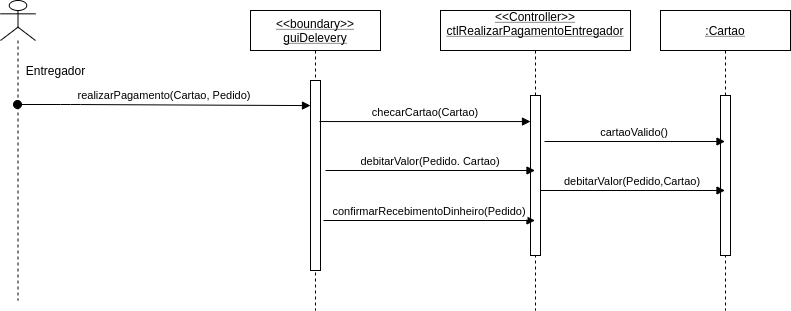
Before: RealizarPagamentoEntregaor.png, a diagram exported from draw.io (vibasampaio/CamaviDelivery). Source tidied: cells renumbered, new cells last; positions are measured from the earlier drawing's top-left corner, leaving out a move shared by most shapes. Its diagram source:
```xml
<mxGraphModel>
  <root>
    <mxCell id="0" />
    <mxCell id="1" parent="0" />
    <mxCell id="2" value="&lt;&lt;boundary&gt;&gt;&#10;guiDelevery" style="shape=umlLifeline;perimeter=lifelinePerimeter;rounded=0;shadow=0;strokeWidth=1;labelBackgroundColor=#ffffff;fontStyle=4;" parent="1" vertex="1">
      <mxGeometry x="250" y="10" width="130" height="300" as="geometry" />
    </mxCell>
    <mxCell id="3" style="points=[];perimeter=orthogonalPerimeter;rounded=0;shadow=0;strokeWidth=1;" parent="2" vertex="1">
      <mxGeometry x="60" y="70" width="10" height="190" as="geometry" />
    </mxCell>
    <mxCell id="4" value="&lt;&lt;Controller&gt;&gt;&#10;ctlRealizarPagamentoEntregador&#10;" style="shape=umlLifeline;perimeter=lifelinePerimeter;rounded=0;shadow=0;strokeWidth=1;fontStyle=4;" parent="1" vertex="1">
      <mxGeometry x="440" y="10" width="190" height="300" as="geometry" />
    </mxCell>
    <mxCell id="5" style="points=[];perimeter=orthogonalPerimeter;rounded=0;shadow=0;strokeWidth=1;" parent="4" vertex="1">
      <mxGeometry x="90" y="85" width="10" height="160" as="geometry" />
    </mxCell>
    <mxCell id="6" value="checarCartao(Cartao)" style="verticalAlign=bottom;endArrow=block;shadow=0;strokeWidth=1;exitX=0.9;exitY=0.216;exitDx=0;exitDy=0;exitPerimeter=0;" parent="1" edge="1" source="3" target="5">
      <mxGeometry relative="1" as="geometry" />
    </mxCell>
    <mxCell id="7" style="shape=umlLifeline;participant=umlActor;perimeter=lifelinePerimeter;whiteSpace=wrap;html=1;verticalAlign=top;spacingTop=36;" parent="1" vertex="1">
      <mxGeometry width="35" height="300" as="geometry" />
    </mxCell>
    <mxCell id="8" value="realizarPagamento(Cartao, Pedido)" style="verticalAlign=bottom;startArrow=oval;endArrow=block;startSize=8;shadow=0;strokeWidth=1;entryX=0;entryY=0.132;entryDx=0;entryDy=0;entryPerimeter=0;" parent="1" edge="1" target="3">
      <mxGeometry relative="1" as="geometry">
        <mxPoint x="17" y="104" as="sourcePoint" />
        <Array as="points">
          <mxPoint x="70" y="104" />
        </Array>
      </mxGeometry>
    </mxCell>
    <mxCell id="9" value="Entregador" style="text;html=1;align=center;verticalAlign=middle;" parent="1" vertex="1">
      <mxGeometry x="20" y="60" width="70" height="20" as="geometry" />
    </mxCell>
    <mxCell id="10" value="debitarValor(Pedido. Cartao)" style="verticalAlign=bottom;endArrow=block;shadow=0;strokeWidth=1;exitX=0.9;exitY=0.216;exitDx=0;exitDy=0;exitPerimeter=0;" parent="1" edge="1" target="4">
      <mxGeometry relative="1" as="geometry">
        <mxPoint x="325" y="170" as="sourcePoint" />
      </mxGeometry>
    </mxCell>
    <mxCell id="11" value=":Cartao" style="shape=umlLifeline;perimeter=lifelinePerimeter;rounded=0;shadow=0;strokeWidth=1;fontStyle=4;" parent="1" vertex="1">
      <mxGeometry x="660" y="10" width="130" height="300" as="geometry" />
    </mxCell>
    <mxCell id="12" style="perimeter=orthogonalPerimeter;rounded=0;shadow=0;strokeWidth=1;" parent="11" vertex="1">
      <mxGeometry x="60" y="85" width="10" height="160" as="geometry" />
    </mxCell>
    <mxCell id="13" value="cartaoValido()" style="verticalAlign=bottom;endArrow=block;shadow=0;strokeWidth=1;" parent="1" edge="1" target="11">
      <mxGeometry relative="1" as="geometry">
        <mxPoint x="544" y="141" as="sourcePoint" />
      </mxGeometry>
    </mxCell>
    <mxCell id="14" value="debitarValor(Pedido,Cartao)" style="verticalAlign=bottom;endArrow=block;shadow=0;strokeWidth=1;" parent="1" edge="1" target="11">
      <mxGeometry relative="1" as="geometry">
        <mxPoint x="540" y="190" as="sourcePoint" />
      </mxGeometry>
    </mxCell>
    <mxCell id="15" value="confirmarRecebimentoDinheiro(Pedido)" style="verticalAlign=bottom;endArrow=block;shadow=0;strokeWidth=1;exitX=0.9;exitY=0.216;exitDx=0;exitDy=0;exitPerimeter=0;" parent="1" edge="1" target="4">
      <mxGeometry relative="1" as="geometry">
        <mxPoint x="323" y="220" as="sourcePoint" />
      </mxGeometry>
    </mxCell>
  </root>
</mxGraphModel>
```
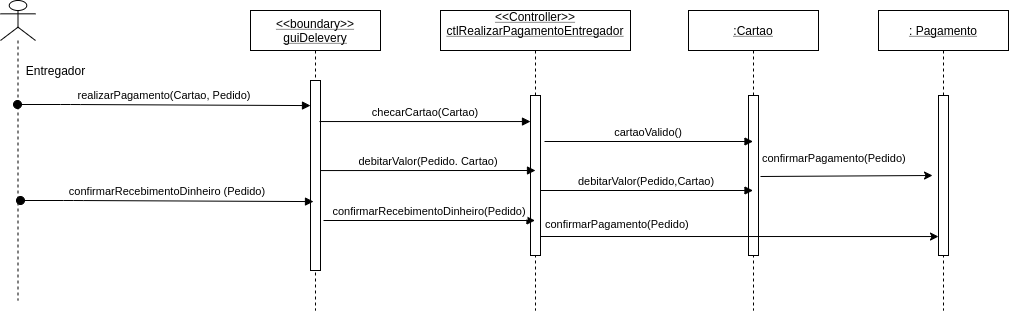
Above is the later version.

Change to the diagram source:
```diff
@@ -31,13 +31,13 @@
     <mxCell id="9" value="Entregador" style="text;html=1;align=center;verticalAlign=middle;" parent="1" vertex="1">
       <mxGeometry x="20" y="60" width="70" height="20" as="geometry" />
     </mxCell>
-    <mxCell id="10" value="debitarValor(Pedido. Cartao)" style="verticalAlign=bottom;endArrow=block;shadow=0;strokeWidth=1;exitX=0.9;exitY=0.216;exitDx=0;exitDy=0;exitPerimeter=0;" parent="1" edge="1" target="4">
+    <mxCell id="10" value="debitarValor(Pedido. Cartao)" style="verticalAlign=bottom;endArrow=block;shadow=0;strokeWidth=1;exitX=1;exitY=0.474;exitDx=0;exitDy=0;exitPerimeter=0;" parent="1" edge="1" source="3">
       <mxGeometry relative="1" as="geometry">
-        <mxPoint x="325" y="170" as="sourcePoint" />
+        <mxPoint x="535" y="170" as="targetPoint" />
       </mxGeometry>
     </mxCell>
     <mxCell id="11" value=":Cartao" style="shape=umlLifeline;perimeter=lifelinePerimeter;rounded=0;shadow=0;strokeWidth=1;fontStyle=4;" parent="1" vertex="1">
-      <mxGeometry x="660" y="10" width="130" height="300" as="geometry" />
+      <mxGeometry x="688" y="10" width="130" height="300" as="geometry" />
     </mxCell>
     <mxCell id="12" style="perimeter=orthogonalPerimeter;rounded=0;shadow=0;strokeWidth=1;" parent="11" vertex="1">
       <mxGeometry x="60" y="85" width="10" height="160" as="geometry" />
@@ -57,5 +57,37 @@
         <mxPoint x="323" y="220" as="sourcePoint" />
       </mxGeometry>
     </mxCell>
+    <mxCell id="16" value="confirmarRecebimentoDinheiro (Pedido)" style="verticalAlign=bottom;startArrow=oval;endArrow=block;startSize=8;shadow=0;strokeWidth=1;entryX=0;entryY=0.132;entryDx=0;entryDy=0;entryPerimeter=0;" parent="1" edge="1">
+      <mxGeometry relative="1" as="geometry">
+        <mxPoint x="20" y="200" as="sourcePoint" />
+        <mxPoint x="313" y="201.1" as="targetPoint" />
+        <Array as="points">
+          <mxPoint x="73" y="200" />
+        </Array>
+      </mxGeometry>
+    </mxCell>
+    <mxCell id="17" value=": Pagamento" style="shape=umlLifeline;perimeter=lifelinePerimeter;rounded=0;shadow=0;strokeWidth=1;fontStyle=4;" parent="1" vertex="1">
+      <mxGeometry x="878" y="10" width="130" height="300" as="geometry" />
+    </mxCell>
+    <mxCell id="18" style="perimeter=orthogonalPerimeter;rounded=0;shadow=0;strokeWidth=1;" parent="17" vertex="1">
+      <mxGeometry x="60" y="85" width="10" height="160" as="geometry" />
+    </mxCell>
+    <mxCell id="19" style="endArrow=classic;html=1;entryX=0;entryY=0.844;entryDx=0;entryDy=0;entryPerimeter=0;" parent="1" edge="1">
+      <mxGeometry relative="1" as="geometry">
+        <mxPoint x="540" y="236" as="sourcePoint" />
+        <mxPoint x="938" y="236" as="targetPoint" />
+      </mxGeometry>
+    </mxCell>
+    <mxCell id="20" value="&lt;span style=&quot;color: rgb(0 , 0 , 0) ; font-family: &amp;#34;helvetica&amp;#34; ; font-size: 11px ; font-style: normal ; font-weight: 400 ; letter-spacing: normal ; text-align: center ; text-indent: 0px ; text-transform: none ; word-spacing: 0px ; background-color: rgb(255 , 255 , 255) ; display: inline ; float: none&quot;&gt;confirmarPagamento(Pedido)&lt;/span&gt;" style="text;whiteSpace=wrap;html=1;" parent="1" vertex="1">
+      <mxGeometry x="543" y="210" width="220" height="30" as="geometry" />
+    </mxCell>
+    <mxCell id="21" style="endArrow=classic;html=1;entryX=0.782;entryY=1.033;entryDx=0;entryDy=0;entryPerimeter=0;" parent="1" edge="1" target="22">
+      <mxGeometry relative="1" as="geometry">
+        <mxPoint x="760" y="176" as="sourcePoint" />
+      </mxGeometry>
+    </mxCell>
+    <mxCell id="22" value="&lt;span style=&quot;color: rgb(0 , 0 , 0) ; font-family: &amp;#34;helvetica&amp;#34; ; font-size: 11px ; font-style: normal ; font-weight: 400 ; letter-spacing: normal ; text-align: center ; text-indent: 0px ; text-transform: none ; word-spacing: 0px ; background-color: rgb(255 , 255 , 255) ; display: inline ; float: none&quot;&gt;confirmarPagamento(Pedido)&lt;/span&gt;" style="text;whiteSpace=wrap;html=1;" parent="1" vertex="1">
+      <mxGeometry x="760" y="144" width="220" height="30" as="geometry" />
+    </mxCell>
   </root>
 </mxGraphModel>
```
